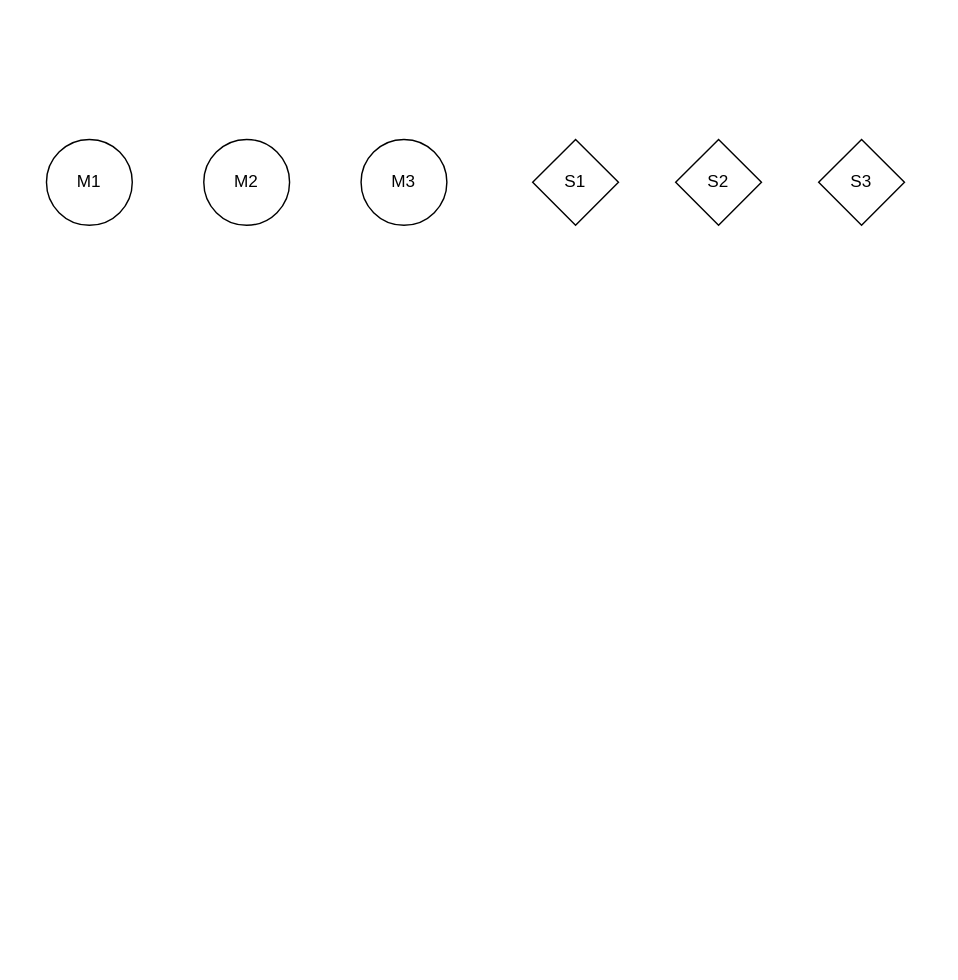
This is SystemTopography.drawio from darisoy/RobotArm, a draw.io file, before an edit. Source tidied: cells renumbered, new cells numbered last; positions are measured from the earlier drawing's top-left corner, leaving out a move shared by most shapes. Both pictures are drawn from the tidied source at 143%, with x=0, y=0 at pixel (46, 139).
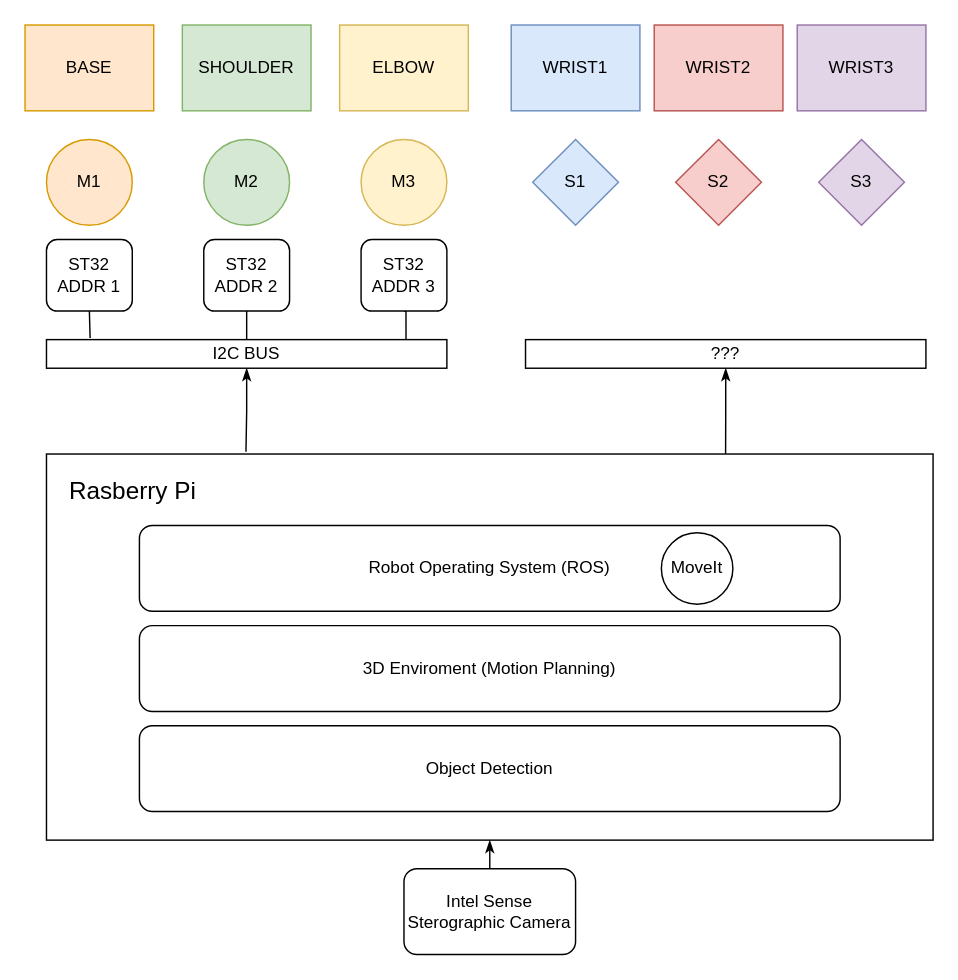
After the change.

What changed in the source:
```diff
@@
-    <mxCell id="2" value="M1" style="ellipse;whiteSpace=wrap;html=1;" parent="1" vertex="1">
+    <mxCell id="2" value="M1" style="ellipse;whiteSpace=wrap;html=1;fillColor=#ffe6cc;strokeColor=#d79b00;" parent="1" vertex="1">
       <mxGeometry width="60" height="60" as="geometry" />
     </mxCell>
-    <mxCell id="3" value="M2" style="ellipse;whiteSpace=wrap;html=1;" parent="1" vertex="1">
+    <mxCell id="3" value="M2" style="ellipse;whiteSpace=wrap;html=1;fillColor=#d5e8d4;strokeColor=#82b366;" parent="1" vertex="1">
       <mxGeometry x="110" width="60" height="60" as="geometry" />
     </mxCell>
-    <mxCell id="4" value="M3" style="ellipse;whiteSpace=wrap;html=1;" parent="1" vertex="1">
+    <mxCell id="4" value="M3" style="ellipse;whiteSpace=wrap;html=1;fillColor=#fff2cc;strokeColor=#d6b656;" parent="1" vertex="1">
       <mxGeometry x="220" width="60" height="60" as="geometry" />
     </mxCell>
-    <mxCell id="5" value="S1" style="rhombus;whiteSpace=wrap;html=1;" parent="1" vertex="1">
+    <mxCell id="5" value="S1" style="rhombus;whiteSpace=wrap;html=1;fillColor=#dae8fc;strokeColor=#6c8ebf;" parent="1" vertex="1">
       <mxGeometry x="340" width="60" height="60" as="geometry" />
     </mxCell>
-    <mxCell id="6" value="S2" style="rhombus;whiteSpace=wrap;html=1;" parent="1" vertex="1">
+    <mxCell id="6" value="S2" style="rhombus;whiteSpace=wrap;html=1;fillColor=#f8cecc;strokeColor=#b85450;" parent="1" vertex="1">
       <mxGeometry x="440" width="60" height="60" as="geometry" />
     </mxCell>
-    <mxCell id="7" value="S3" style="rhombus;whiteSpace=wrap;html=1;" parent="1" vertex="1">
+    <mxCell id="7" value="S3" style="rhombus;whiteSpace=wrap;html=1;fillColor=#e1d5e7;strokeColor=#9673a6;" parent="1" vertex="1">
       <mxGeometry x="540" width="60" height="60" as="geometry" />
     </mxCell>
+    <mxCell id="8" value="BASE" style="rounded=0;whiteSpace=wrap;html=1;fillColor=#ffe6cc;strokeColor=#d79b00;" parent="1" vertex="1">
+      <mxGeometry x="-15" y="-80" width="90" height="60" as="geometry" />
+    </mxCell>
+    <mxCell id="9" value="SHOULDER" style="rounded=0;whiteSpace=wrap;html=1;fillColor=#d5e8d4;strokeColor=#82b366;" parent="1" vertex="1">
+      <mxGeometry x="95" y="-80" width="90" height="60" as="geometry" />
+    </mxCell>
+    <mxCell id="10" value="ELBOW" style="rounded=0;whiteSpace=wrap;html=1;fillColor=#fff2cc;strokeColor=#d6b656;" parent="1" vertex="1">
+      <mxGeometry x="205" y="-80" width="90" height="60" as="geometry" />
+    </mxCell>
+    <mxCell id="11" value="WRIST1" style="rounded=0;whiteSpace=wrap;html=1;fillColor=#dae8fc;strokeColor=#6c8ebf;" parent="1" vertex="1">
+      <mxGeometry x="325" y="-80" width="90" height="60" as="geometry" />
+    </mxCell>
+    <mxCell id="12" value="WRIST2" style="rounded=0;whiteSpace=wrap;html=1;fillColor=#f8cecc;strokeColor=#b85450;" parent="1" vertex="1">
+      <mxGeometry x="425" y="-80" width="90" height="60" as="geometry" />
+    </mxCell>
+    <mxCell id="13" value="WRIST3" style="rounded=0;whiteSpace=wrap;html=1;fillColor=#e1d5e7;strokeColor=#9673a6;" parent="1" vertex="1">
+      <mxGeometry x="525" y="-80" width="90" height="60" as="geometry" />
+    </mxCell>
+    <mxCell id="14" style="edgeStyle=orthogonalEdgeStyle;rounded=0;jettySize=auto;html=1;exitX=0.5;exitY=0;exitDx=0;exitDy=0;entryX=0.5;entryY=1;entryDx=0;entryDy=0;endArrow=none;endFill=0;" parent="1" edge="1" source="16" target="19">
+      <mxGeometry relative="1" as="geometry" />
+    </mxCell>
+    <mxCell id="15" style="edgeStyle=orthogonalEdgeStyle;rounded=0;jettySize=auto;html=1;exitX=0.5;exitY=1;exitDx=0;exitDy=0;entryX=0.225;entryY=-0.006;entryDx=0;entryDy=0;entryPerimeter=0;endArrow=none;endFill=0;startArrow=classicThin;startFill=1;" parent="1" edge="1" source="16" target="24">
+      <mxGeometry relative="1" as="geometry" />
+    </mxCell>
+    <mxCell id="16" value="I2C BUS" style="rounded=0;whiteSpace=wrap;html=1;" parent="1" vertex="1">
+      <mxGeometry y="140" width="280" height="20" as="geometry" />
+    </mxCell>
+    <mxCell id="17" style="edgeStyle=orthogonalEdgeStyle;rounded=0;jettySize=auto;html=1;exitX=0.5;exitY=1;exitDx=0;exitDy=0;entryX=0.109;entryY=-0.06;entryDx=0;entryDy=0;entryPerimeter=0;endArrow=none;endFill=0;" parent="1" edge="1" source="18" target="16">
+      <mxGeometry relative="1" as="geometry" />
+    </mxCell>
+    <mxCell id="18" value="ST32&lt;br&gt;ADDR 1" style="rounded=1;whiteSpace=wrap;html=1;" parent="1" vertex="1">
+      <mxGeometry y="70" width="60" height="50" as="geometry" />
+    </mxCell>
+    <mxCell id="19" value="ST32&lt;br&gt;ADDR 2" style="rounded=1;whiteSpace=wrap;html=1;" parent="1" vertex="1">
+      <mxGeometry x="110" y="70" width="60" height="50" as="geometry" />
+    </mxCell>
+    <mxCell id="20" style="edgeStyle=orthogonalEdgeStyle;rounded=0;jettySize=auto;html=1;exitX=0.5;exitY=1;exitDx=0;exitDy=0;entryX=0.898;entryY=-0.012;entryDx=0;entryDy=0;entryPerimeter=0;endArrow=none;endFill=0;" parent="1" edge="1" source="21" target="16">
+      <mxGeometry relative="1" as="geometry" />
+    </mxCell>
+    <mxCell id="21" value="ST32&lt;br&gt;ADDR 3" style="rounded=1;whiteSpace=wrap;html=1;" parent="1" vertex="1">
+      <mxGeometry x="220" y="70" width="60" height="50" as="geometry" />
+    </mxCell>
+    <mxCell id="22" style="edgeStyle=orthogonalEdgeStyle;rounded=0;jettySize=auto;html=1;exitX=0.5;exitY=1;exitDx=0;exitDy=0;entryX=0.766;entryY=-0.001;entryDx=0;entryDy=0;entryPerimeter=0;endArrow=none;endFill=0;startArrow=classicThin;startFill=1;" parent="1" edge="1" source="23" target="24">
+      <mxGeometry relative="1" as="geometry" />
+    </mxCell>
+    <mxCell id="23" value="???" style="rounded=0;whiteSpace=wrap;html=1;" parent="1" vertex="1">
+      <mxGeometry x="335" y="140" width="280" height="20" as="geometry" />
+    </mxCell>
+    <mxCell id="24" value="&lt;font style=&quot;font-size: 17px&quot;&gt;&amp;nbsp; &amp;nbsp;Rasberry Pi&lt;br&gt;&lt;/font&gt;&lt;br&gt;&lt;br&gt;&lt;br&gt;&lt;br&gt;&lt;br&gt;&lt;br&gt;&lt;br&gt;&lt;br&gt;&lt;br&gt;&lt;br&gt;&lt;br&gt;&lt;br&gt;&lt;br&gt;&lt;br&gt;&lt;br&gt;" style="rounded=0;whiteSpace=wrap;html=1;align=left;" parent="1" vertex="1">
+      <mxGeometry y="220" width="620" height="270" as="geometry" />
+    </mxCell>
+    <mxCell id="25" value="Robot Operating System (ROS)" style="rounded=1;whiteSpace=wrap;html=1;" parent="1" vertex="1">
+      <mxGeometry x="65" y="270" width="490" height="60" as="geometry" />
+    </mxCell>
+    <mxCell id="26" value="Object Detection" style="rounded=1;whiteSpace=wrap;html=1;" parent="1" vertex="1">
+      <mxGeometry x="65" y="410" width="490" height="60" as="geometry" />
+    </mxCell>
+    <mxCell id="27" value="3D Enviroment (Motion Planning)" style="rounded=1;whiteSpace=wrap;html=1;" parent="1" vertex="1">
+      <mxGeometry x="65" y="340" width="490" height="60" as="geometry" />
+    </mxCell>
+    <mxCell id="28" style="edgeStyle=orthogonalEdgeStyle;rounded=0;jettySize=auto;html=1;exitX=0.5;exitY=1;exitDx=0;exitDy=0;entryX=0.5;entryY=0;entryDx=0;entryDy=0;startArrow=classicThin;startFill=1;endArrow=none;endFill=0;" parent="1" edge="1" source="24" target="29">
+      <mxGeometry relative="1" as="geometry" />
+    </mxCell>
+    <mxCell id="29" value="Intel Sense Sterographic Camera" style="rounded=1;whiteSpace=wrap;html=1;" parent="1" vertex="1">
+      <mxGeometry x="250" y="510" width="120" height="60" as="geometry" />
+    </mxCell>
+    <mxCell id="30" value="MoveIt" style="ellipse;whiteSpace=wrap;html=1;" parent="1" vertex="1">
+      <mxGeometry x="430" y="275" width="50" height="50" as="geometry" />
+    </mxCell>
```
